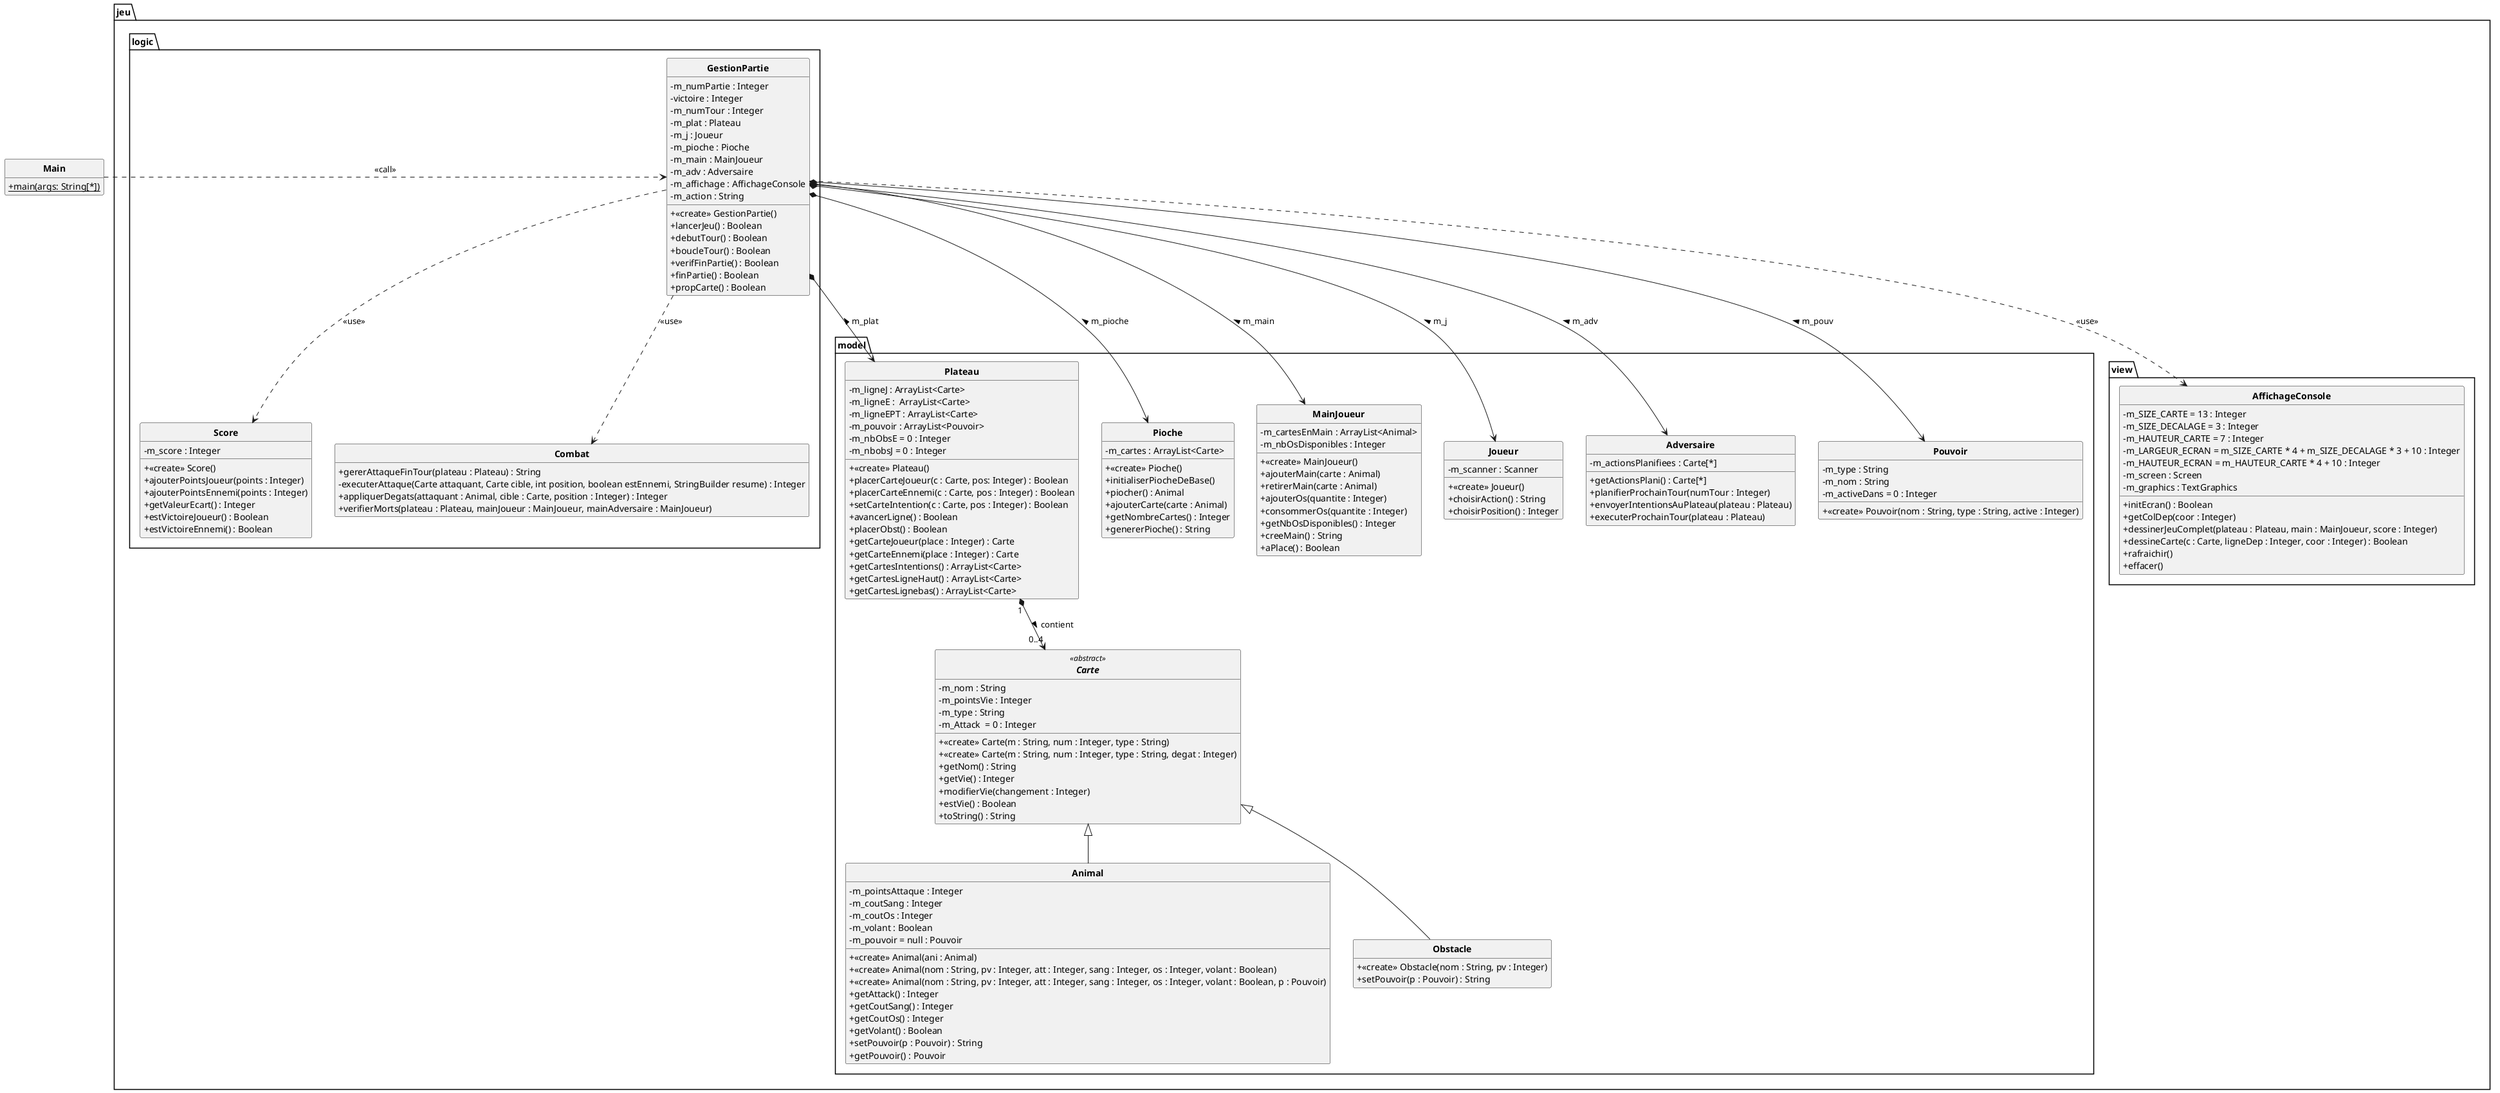
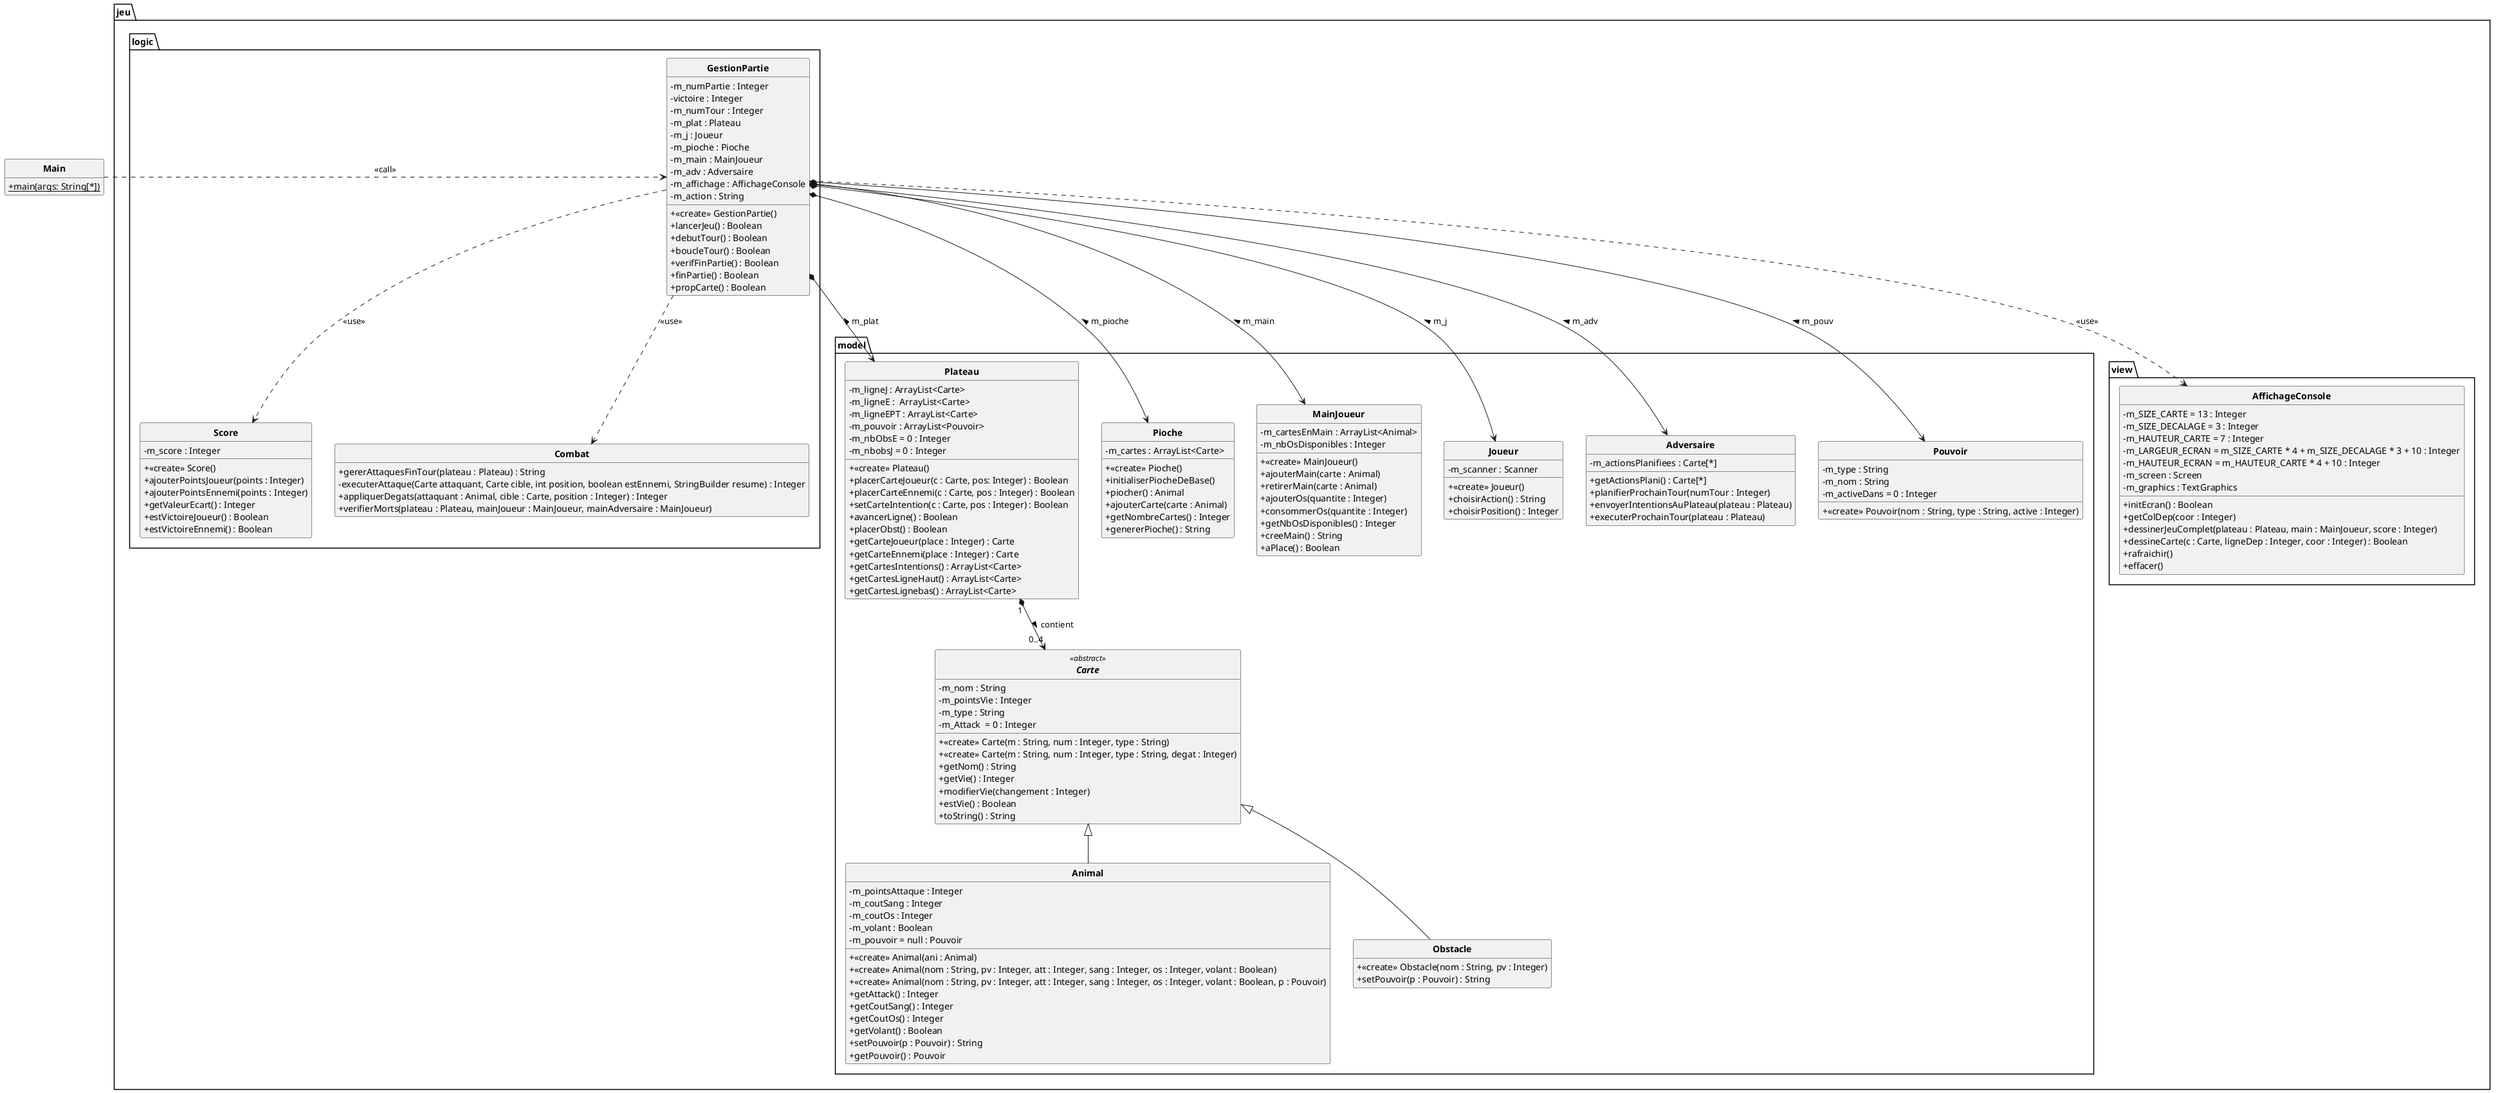
@startuml
'https://plantuml.com/class-diagram
skinparam classAttributeIconSize 0
skinparam classFontStyle Bold
skinparam style strictuml
hide empty members

class Main {
    +{static} main(args: String[*])
}

package jeu {
    package logic {
        class GestionPartie {
            - m_numPartie : Integer
            - victoire : Integer
            - m_numTour : Integer
            - m_plat : Plateau
            - m_j : Joueur
            - m_pioche : Pioche
            - m_main : MainJoueur
            - m_adv : Adversaire
            - m_affichage : AffichageConsole
            - m_action : String
            + <<create>> GestionPartie()
            + lancerJeu() : Boolean
            + debutTour() : Boolean
            + boucleTour() : Boolean
            + verifFinPartie() : Boolean
            + finPartie() : Boolean
            + propCarte() : Boolean
        }
        class Score {
            - m_score : Integer
            + <<create>> Score()
            + ajouterPointsJoueur(points : Integer)
            + ajouterPointsEnnemi(points : Integer)
            + getValeurEcart() : Integer
            + estVictoireJoueur() : Boolean
            + estVictoireEnnemi() : Boolean
                }
        class Combat {
-             + gererAttaqueFinTour(plateau : Plateau) : String
+             + gererAttaquesFinTour(plateau : Plateau) : String
            - executerAttaque(Carte attaquant, Carte cible, int position, boolean estEnnemi, StringBuilder resume) : Integer
            + appliquerDegats(attaquant : Animal, cible : Carte, position : Integer) : Integer
            + verifierMorts(plateau : Plateau, mainJoueur : MainJoueur, mainAdversaire : MainJoueur)
        }
    }

    package model {
        abstract class Carte <<abstract>> {
            - m_nom : String
            - m_pointsVie : Integer
            - m_type : String
            - m_Attack  = 0 : Integer
            + <<create>> Carte(m : String, num : Integer, type : String)
            + <<create>> Carte(m : String, num : Integer, type : String, degat : Integer)
            + getNom() : String
            + getVie() : Integer
            + modifierVie(changement : Integer)
            + estVie() : Boolean
            + toString() : String
        }

        class Animal extends Carte {
            - m_pointsAttaque : Integer
            - m_coutSang : Integer
            - m_coutOs : Integer
            - m_volant : Boolean
            - m_pouvoir = null : Pouvoir
            + <<create>> Animal(ani : Animal)
            + <<create>> Animal(nom : String, pv : Integer, att : Integer, sang : Integer, os : Integer, volant : Boolean)
            + <<create>> Animal(nom : String, pv : Integer, att : Integer, sang : Integer, os : Integer, volant : Boolean, p : Pouvoir)
            + getAttack() : Integer
            + getCoutSang() : Integer
            + getCoutOs() : Integer
            + getVolant() : Boolean
            + setPouvoir(p : Pouvoir) : String
            + getPouvoir() : Pouvoir
        }

        class Obstacle extends Carte {
            + <<create>> Obstacle(nom : String, pv : Integer)
            + setPouvoir(p : Pouvoir) : String
        }

        class Plateau {
            - m_ligneJ : ArrayList<Carte>
            - m_ligneE :  ArrayList<Carte>
            - m_ligneEPT : ArrayList<Carte>
            - m_pouvoir : ArrayList<Pouvoir>
            - m_nbObsE = 0 : Integer
            - m_nbobsJ = 0 : Integer
            + <<create>> Plateau()
            + placerCarteJoueur(c : Carte, pos: Integer) : Boolean
            + placerCarteEnnemi(c : Carte, pos : Integer) : Boolean
            + setCarteIntention(c : Carte, pos : Integer) : Boolean
            + avancerLigne() : Boolean
            + placerObst() : Boolean
            + getCarteJoueur(place : Integer) : Carte
            + getCarteEnnemi(place : Integer) : Carte
            + getCartesIntentions() : ArrayList<Carte>
            + getCartesLigneHaut() : ArrayList<Carte>
            + getCartesLignebas() : ArrayList<Carte>
        }

        class Pioche {
            - m_cartes : ArrayList<Carte>
            + <<create>> Pioche()
            + initialiserPiocheDeBase()
            + piocher() : Animal
            + ajouterCarte(carte : Animal)
            + getNombreCartes() : Integer
            + genererPioche() : String
        }

        class MainJoueur {
            - m_cartesEnMain : ArrayList<Animal>
            - m_nbOsDisponibles : Integer
            + <<create>> MainJoueur()
            + ajouterMain(carte : Animal)
            + retirerMain(carte : Animal)
            + ajouterOs(quantite : Integer)
            + consommerOs(quantite : Integer)
            + getNbOsDisponibles() : Integer
            + creeMain() : String
            + aPlace() : Boolean
        }

        class Joueur {
            - m_scanner : Scanner
            + <<create>> Joueur()
            + choisirAction() : String
            + choisirPosition() : Integer
        }

        class Adversaire {
            - m_actionsPlanifiees : Carte[*]
            + getActionsPlani() : Carte[*]
            + planifierProchainTour(numTour : Integer)
            + envoyerIntentionsAuPlateau(plateau : Plateau)
            + executerProchainTour(plateau : Plateau)
        }

        class Pouvoir{
            - m_type : String
            - m_nom : String
            - m_activeDans = 0 : Integer
            + <<create>> Pouvoir(nom : String, type : String, active : Integer)
        }
    }

    package view {
        class AffichageConsole {
            - m_SIZE_CARTE = 13 : Integer
            - m_SIZE_DECALAGE = 3 : Integer
            - m_HAUTEUR_CARTE = 7 : Integer
            - m_LARGEUR_ECRAN = m_SIZE_CARTE * 4 + m_SIZE_DECALAGE * 3 + 10 : Integer
            - m_HAUTEUR_ECRAN = m_HAUTEUR_CARTE * 4 + 10 : Integer
            - m_screen : Screen
            - m_graphics : TextGraphics
            + initEcran() : Boolean
            + getColDep(coor : Integer)
            + dessinerJeuComplet(plateau : Plateau, main : MainJoueur, score : Integer)
            + dessineCarte(c : Carte, ligneDep : Integer, coor : Integer) : Boolean
            + rafraichir()
            + effacer()
        }
    }
}

' --- Relations et Dépendances ---
Main .> GestionPartie : <<call>>

GestionPartie *--> Plateau : m_plat <
GestionPartie *--> Pioche : m_pioche <
GestionPartie *--> MainJoueur : m_main <
GestionPartie *--> Joueur : m_j <
GestionPartie *--> Adversaire : m_adv <
GestionPartie *--> Pouvoir : m_pouv <
GestionPartie ..> Combat : <<use>>
GestionPartie ..> Score : <<use>>
GestionPartie ..> AffichageConsole : <<use>>

Plateau "1" *--> "0..4" Carte : contient >

@enduml
